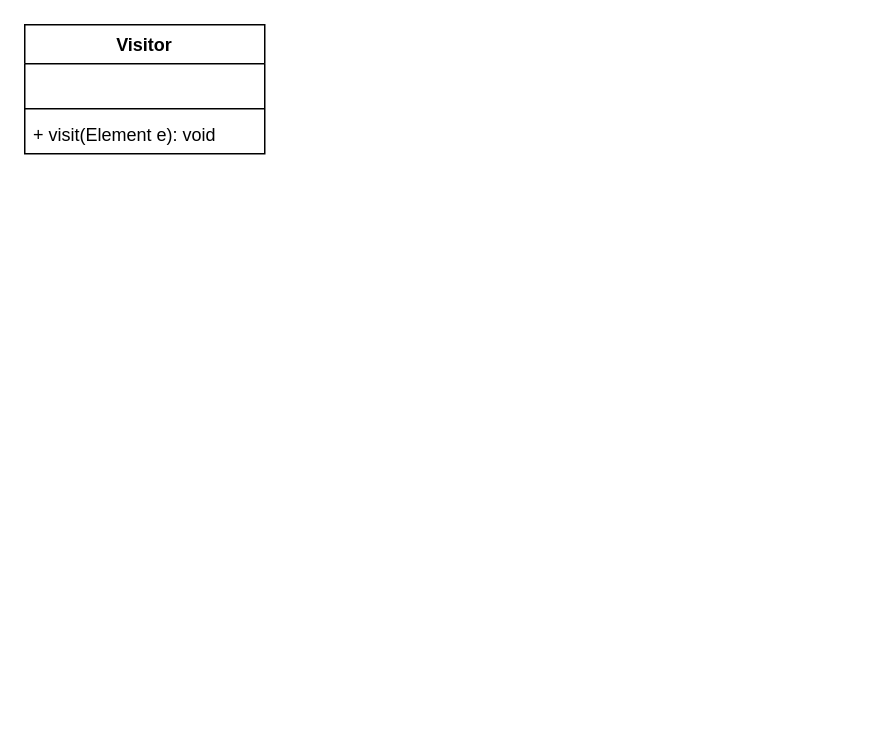
The draw.io diagram 访问者模式.drawio in xiaoguokf/draw.io, before the edit. Source tidied: cells renumbered, new cells numbered last; positions are measured from the earlier drawing's top-left corner, leaving out a move shared by most shapes. Both pictures are drawn from the tidied source at 150%, with x=0, y=0 at pixel (24, 24).
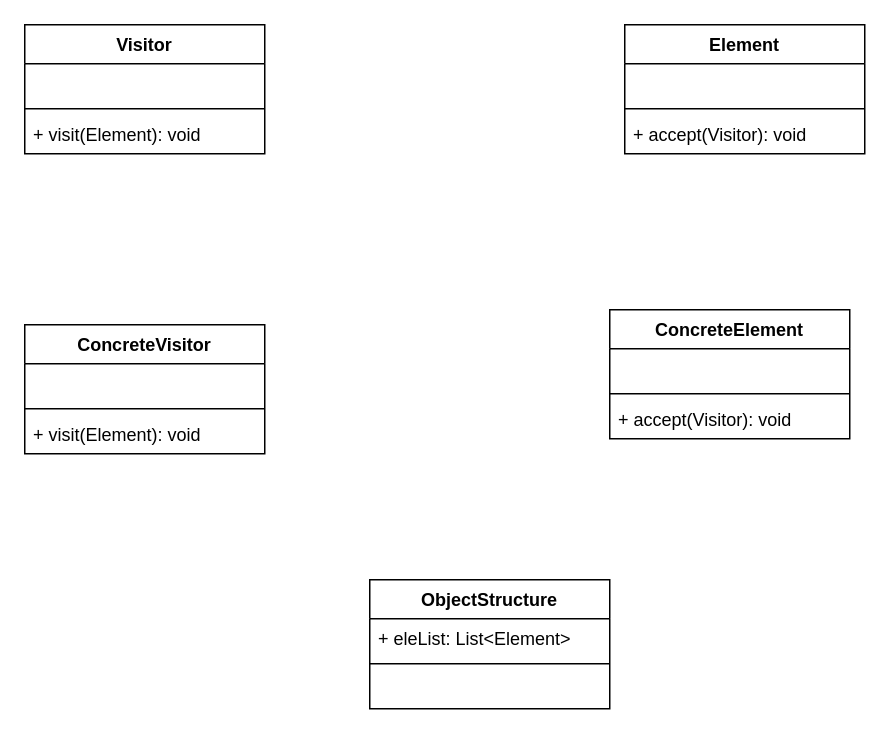
Above is the later version.

Commit message (it also covers changes not shown here):
更新访问者模式.drawio

Unchanged cells that the change refers to:
```xml
<mxCell id="2" value="Visitor" style="swimlane;fontStyle=1;align=center;verticalAlign=top;horizontal=1;startSize=26;" parent="1" vertex="1">
  <mxGeometry width="160" height="86" as="geometry" />
</mxCell>
```

Change to the diagram source:
```diff
@@
-    <mxCell id="5" value="+ visit(Element e): void" style="text;strokeColor=none;fillColor=none;align=left;verticalAlign=top;spacingLeft=4;spacingRight=4;overflow=hidden;" parent="2" vertex="1">
+    <mxCell id="5" value="+ visit(Element): void" style="text;strokeColor=none;fillColor=none;align=left;verticalAlign=top;spacingLeft=4;spacingRight=4;overflow=hidden;" parent="2" vertex="1">
       <mxGeometry y="60" width="160" height="26" as="geometry" />
     </mxCell>
+    <mxCell id="6" value="ConcreteVisitor" style="swimlane;fontStyle=1;align=center;verticalAlign=top;horizontal=1;startSize=26;" parent="1" vertex="1">
+      <mxGeometry y="200" width="160" height="86" as="geometry" />
+    </mxCell>
+    <mxCell id="7" value=" " style="text;strokeColor=none;fillColor=none;align=left;verticalAlign=top;spacingLeft=4;spacingRight=4;overflow=hidden;" parent="6" vertex="1">
+      <mxGeometry y="26" width="160" height="26" as="geometry" />
+    </mxCell>
+    <mxCell id="8" style="line;strokeWidth=1;fillColor=none;align=left;verticalAlign=middle;spacingTop=-1;spacingLeft=3;spacingRight=3;labelPosition=right;strokeColor=inherit;" parent="6" vertex="1">
+      <mxGeometry y="52" width="160" height="8" as="geometry" />
+    </mxCell>
+    <mxCell id="9" value="+ visit(Element): void" style="text;strokeColor=none;fillColor=none;align=left;verticalAlign=top;spacingLeft=4;spacingRight=4;overflow=hidden;" parent="6" vertex="1">
+      <mxGeometry y="60" width="160" height="26" as="geometry" />
+    </mxCell>
+    <mxCell id="10" value="Element" style="swimlane;fontStyle=1;align=center;verticalAlign=top;horizontal=1;startSize=26;" parent="1" vertex="1">
+      <mxGeometry x="400" width="160" height="86" as="geometry" />
+    </mxCell>
+    <mxCell id="11" value=" " style="text;strokeColor=none;fillColor=none;align=left;verticalAlign=top;spacingLeft=4;spacingRight=4;overflow=hidden;" parent="10" vertex="1">
+      <mxGeometry y="26" width="160" height="26" as="geometry" />
+    </mxCell>
+    <mxCell id="12" style="line;strokeWidth=1;fillColor=none;align=left;verticalAlign=middle;spacingTop=-1;spacingLeft=3;spacingRight=3;labelPosition=right;strokeColor=inherit;" parent="10" vertex="1">
+      <mxGeometry y="52" width="160" height="8" as="geometry" />
+    </mxCell>
+    <mxCell id="13" value="+ accept(Visitor): void" style="text;strokeColor=none;fillColor=none;align=left;verticalAlign=top;spacingLeft=4;spacingRight=4;overflow=hidden;" parent="10" vertex="1">
+      <mxGeometry y="60" width="160" height="26" as="geometry" />
+    </mxCell>
+    <mxCell id="14" value="ConcreteElement" style="swimlane;fontStyle=1;align=center;verticalAlign=top;horizontal=1;startSize=26;" parent="1" vertex="1">
+      <mxGeometry x="390" y="190" width="160" height="86" as="geometry" />
+    </mxCell>
+    <mxCell id="15" value=" " style="text;strokeColor=none;fillColor=none;align=left;verticalAlign=top;spacingLeft=4;spacingRight=4;overflow=hidden;" parent="14" vertex="1">
+      <mxGeometry y="26" width="160" height="26" as="geometry" />
+    </mxCell>
+    <mxCell id="16" style="line;strokeWidth=1;fillColor=none;align=left;verticalAlign=middle;spacingTop=-1;spacingLeft=3;spacingRight=3;labelPosition=right;strokeColor=inherit;" parent="14" vertex="1">
+      <mxGeometry y="52" width="160" height="8" as="geometry" />
+    </mxCell>
+    <mxCell id="17" value="+ accept(Visitor): void" style="text;strokeColor=none;fillColor=none;align=left;verticalAlign=top;spacingLeft=4;spacingRight=4;overflow=hidden;" parent="14" vertex="1">
+      <mxGeometry y="60" width="160" height="26" as="geometry" />
+    </mxCell>
+    <mxCell id="18" value="ObjectStructure" style="swimlane;fontStyle=1;align=center;verticalAlign=top;horizontal=1;startSize=26;" parent="1" vertex="1">
+      <mxGeometry x="230" y="370" width="160" height="86" as="geometry" />
+    </mxCell>
+    <mxCell id="19" value="+ eleList: List&lt;Element&gt;" style="text;strokeColor=none;fillColor=none;align=left;verticalAlign=top;spacingLeft=4;spacingRight=4;overflow=hidden;" parent="18" vertex="1">
+      <mxGeometry y="26" width="160" height="26" as="geometry" />
+    </mxCell>
+    <mxCell id="20" style="line;strokeWidth=1;fillColor=none;align=left;verticalAlign=middle;spacingTop=-1;spacingLeft=3;spacingRight=3;labelPosition=right;strokeColor=inherit;" parent="18" vertex="1">
+      <mxGeometry y="52" width="160" height="8" as="geometry" />
+    </mxCell>
+    <mxCell id="21" value=" " style="text;strokeColor=none;fillColor=none;align=left;verticalAlign=top;spacingLeft=4;spacingRight=4;overflow=hidden;" parent="18" vertex="1">
+      <mxGeometry y="60" width="160" height="26" as="geometry" />
+    </mxCell>
```
